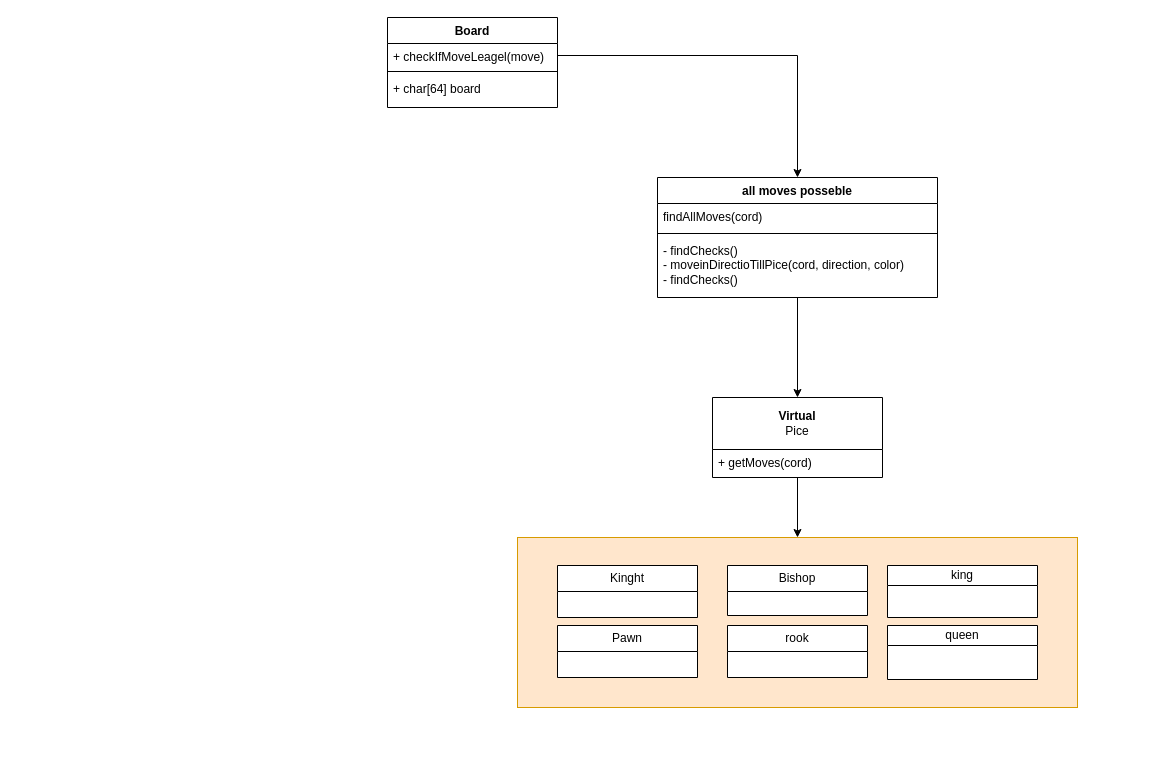
The draw.io diagram Untitled Diagram.drawio in MikeMal13/MIkeMal13.Github.io, before the edit. Source tidied: cells renumbered, new cells numbered last; positions are measured from the earlier drawing's top-left corner, leaving out a move shared by most shapes. Both pictures are drawn from the tidied source at 100%, with x=0, y=0 at pixel (387, 17).
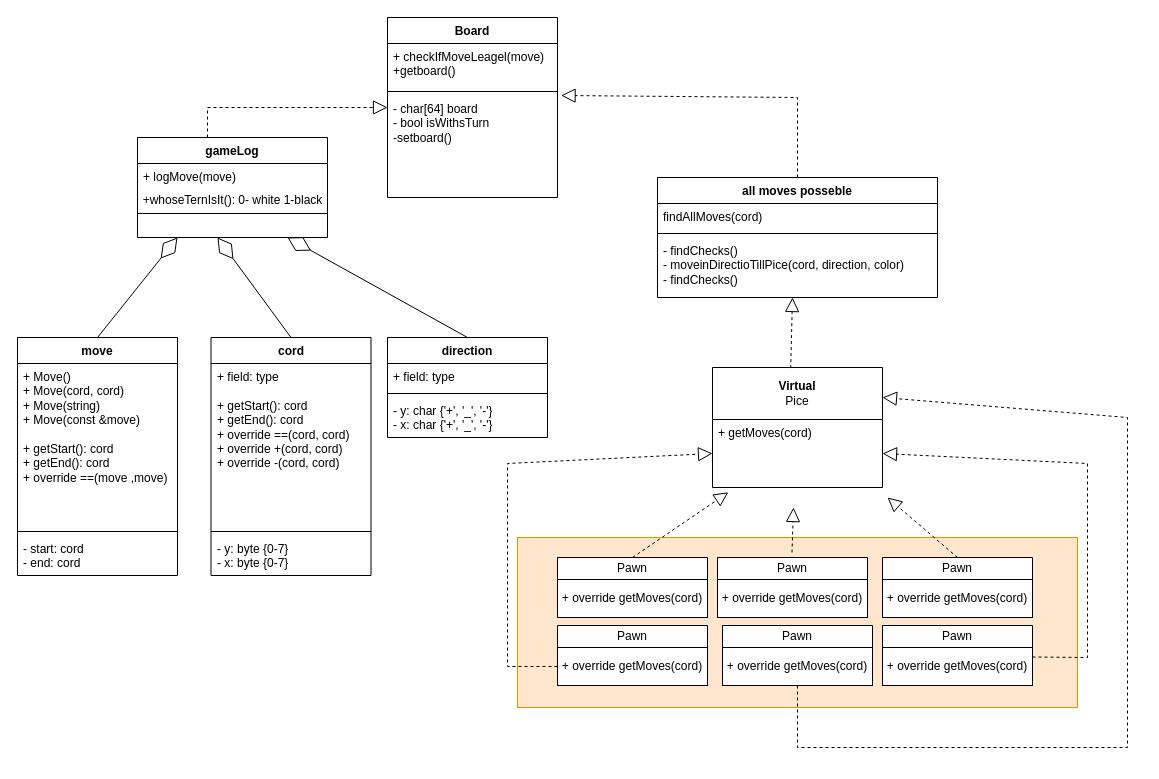
The same page after the edit.

Unchanged cells that the change refers to:
```xml
<mxCell id="2" style="html=1;whiteSpace=wrap;fillColor=#ffe6cc;strokeColor=#d79b00;" parent="1" vertex="1">
  <mxGeometry x="130" y="520" width="560" height="170" as="geometry" />
</mxCell>
<mxCell id="8" value="all moves posseble" style="swimlane;fontStyle=1;align=center;verticalAlign=top;horizontal=1;startSize=26;whiteSpace=wrap;html=1;" parent="1" vertex="1">
  <mxGeometry x="270" y="160" width="280" height="120" as="geometry" />
</mxCell>
```

The edit, as a diff of the source:
```diff
@@
     <mxCell id="3" value="Board&lt;br&gt;" style="swimlane;fontStyle=1;align=center;verticalAlign=top;horizontal=1;startSize=26;whiteSpace=wrap;html=1;" parent="1" vertex="1">
-      <mxGeometry width="170" height="90" as="geometry" />
+      <mxGeometry width="170" height="180" as="geometry" />
     </mxCell>
-    <mxCell id="4" value="+ checkIfMoveLeagel(move)" style="text;strokeColor=none;fillColor=none;align=left;verticalAlign=top;spacingLeft=4;spacingRight=4;overflow=hidden;points=[[0,0.5],[1,0.5]];portConstraint=eastwest;whiteSpace=wrap;html=1;" parent="3" vertex="1">
-      <mxGeometry y="26" width="170" height="24" as="geometry" />
+    <mxCell id="4" value="+ checkIfMoveLeagel(move)&lt;br&gt;+getboard()" style="text;strokeColor=none;fillColor=none;align=left;verticalAlign=top;spacingLeft=4;spacingRight=4;overflow=hidden;points=[[0,0.5],[1,0.5]];portConstraint=eastwest;whiteSpace=wrap;html=1;" parent="3" vertex="1">
+      <mxGeometry y="26" width="170" height="44" as="geometry" />
     </mxCell>
     <mxCell id="5" style="line;strokeWidth=1;fillColor=none;align=left;verticalAlign=middle;spacingTop=-1;spacingLeft=3;spacingRight=3;labelPosition=right;strokeColor=inherit;" parent="3" vertex="1">
-      <mxGeometry y="50" width="170" height="8" as="geometry" />
+      <mxGeometry y="70" width="170" height="8" as="geometry" />
     </mxCell>
-    <mxCell id="6" value="+ char[64] board" style="text;strokeColor=none;fillColor=none;align=left;verticalAlign=top;spacingLeft=4;spacingRight=4;overflow=hidden;points=[[0,0.5],[1,0.5]];portConstraint=eastwest;whiteSpace=wrap;html=1;" parent="3" vertex="1">
-      <mxGeometry y="58" width="170" height="32" as="geometry" />
+    <mxCell id="6" value="&lt;div&gt;- char[64] board&lt;/div&gt;&lt;div&gt;- bool isWithsTurn&lt;br&gt;-setboard()&lt;/div&gt;" style="text;strokeColor=none;fillColor=none;align=left;verticalAlign=top;spacingLeft=4;spacingRight=4;overflow=hidden;points=[[0,0.5],[1,0.5]];portConstraint=eastwest;whiteSpace=wrap;html=1;" parent="3" vertex="1">
+      <mxGeometry y="78" width="170" height="102" as="geometry" />
     </mxCell>
-    <mxCell id="7" style="edgeStyle=orthogonalEdgeStyle;rounded=0;jettySize=auto;html=1;entryX=0.5;entryY=0;entryDx=0;entryDy=0;" parent="1" edge="1" source="8" target="13">
-      <mxGeometry relative="1" as="geometry" />
-    </mxCell>
@@
-    <mxCell id="12" style="edgeStyle=orthogonalEdgeStyle;rounded=0;jettySize=auto;html=1;entryX=0.5;entryY=0;entryDx=0;entryDy=0;" parent="1" edge="1" source="13" target="2">
-      <mxGeometry relative="1" as="geometry" />
-    </mxCell>
     <mxCell id="13" value="&lt;b&gt;Virtual&lt;/b&gt;&lt;br&gt;Pice" style="swimlane;fontStyle=0;horizontal=1;startSize=52;fillColor=none;whiteSpace=wrap;html=1;" parent="1" vertex="1">
-      <mxGeometry x="325" y="380" width="170" height="80" as="geometry" />
+      <mxGeometry x="325" y="350" width="170" height="120" as="geometry" />
     </mxCell>
     <mxCell id="14" value="+ getMoves(cord)&lt;br&gt;" style="text;strokeColor=none;fillColor=none;align=left;verticalAlign=top;spacingLeft=4;spacingRight=4;overflow=hidden;points=[[0,0.5],[1,0.5]];portConstraint=eastwest;whiteSpace=wrap;html=1;" parent="13" vertex="1">
-      <mxGeometry y="52" width="170" height="28" as="geometry" />
+      <mxGeometry y="52" width="170" height="68" as="geometry" />
     </mxCell>
-    <mxCell id="15" value="Pawn" style="swimlane;fontStyle=0;horizontal=1;startSize=26;fillColor=default;whiteSpace=wrap;html=1;swimlaneFillColor=default;" parent="1" vertex="1">
-      <mxGeometry x="170" y="608" width="140" height="52" as="geometry" />
+    <mxCell id="15" value="Pawn" style="swimlane;fontStyle=0;horizontal=1;startSize=22;fillColor=default;whiteSpace=wrap;html=1;swimlaneFillColor=default;" parent="1" vertex="1">
+      <mxGeometry x="170" y="608" width="150" height="60" as="geometry" />
     </mxCell>
-    <mxCell id="16" value="Kinght" style="swimlane;fontStyle=0;horizontal=1;startSize=26;fillColor=default;whiteSpace=wrap;html=1;swimlaneFillColor=default;" parent="1" vertex="1">
-      <mxGeometry x="170" y="548" width="140" height="52" as="geometry" />
-    </mxCell>
-    <mxCell id="17" value="Bishop" style="swimlane;fontStyle=0;horizontal=1;startSize=26;whiteSpace=wrap;html=1;fillColor=default;swimlaneFillColor=default;" parent="1" vertex="1">
-      <mxGeometry x="340" y="548" width="140" height="50" as="geometry" />
-    </mxCell>
-    <mxCell id="18" value="rook" style="swimlane;fontStyle=0;horizontal=1;startSize=26;fillColor=default;whiteSpace=wrap;html=1;swimlaneFillColor=default;" parent="1" vertex="1">
-      <mxGeometry x="340" y="608" width="140" height="52" as="geometry" />
-    </mxCell>
-    <mxCell id="19" value="king" style="swimlane;fontStyle=0;horizontal=1;startSize=20;whiteSpace=wrap;html=1;swimlaneFillColor=default;" parent="1" vertex="1">
-      <mxGeometry x="500" y="548" width="150" height="52" as="geometry" />
-    </mxCell>
-    <mxCell id="20" value="queen" style="swimlane;fontStyle=0;horizontal=1;startSize=20;fillColor=default;whiteSpace=wrap;html=1;swimlaneFillColor=default;" parent="1" vertex="1">
-      <mxGeometry x="500" y="608" width="150" height="54" as="geometry" />
-    </mxCell>
-    <mxCell id="21" style="edgeStyle=orthogonalEdgeStyle;rounded=0;jettySize=auto;html=1;exitX=1;exitY=0.5;exitDx=0;exitDy=0;" parent="1" edge="1" source="4" target="8">
-      <mxGeometry relative="1" as="geometry" />
-    </mxCell>
+    <mxCell id="22" value="+ override getMoves(cord)" style="rounded=0;whiteSpace=wrap;html=1;" parent="15" vertex="1">
+      <mxGeometry y="22" width="150" height="38" as="geometry" />
+    </mxCell>
+    <mxCell id="23" value="Pawn" style="swimlane;fontStyle=0;horizontal=1;startSize=22;fillColor=default;whiteSpace=wrap;html=1;swimlaneFillColor=default;" parent="1" vertex="1">
+      <mxGeometry x="335" y="608" width="150" height="60" as="geometry" />
+    </mxCell>
+    <mxCell id="24" value="+ override getMoves(cord)" style="rounded=0;whiteSpace=wrap;html=1;" parent="23" vertex="1">
+      <mxGeometry y="22" width="150" height="38" as="geometry" />
+    </mxCell>
+    <mxCell id="25" value="Pawn" style="swimlane;fontStyle=0;horizontal=1;startSize=22;fillColor=default;whiteSpace=wrap;html=1;swimlaneFillColor=default;" parent="1" vertex="1">
+      <mxGeometry x="495" y="608" width="150" height="60" as="geometry" />
+    </mxCell>
+    <mxCell id="26" value="+ override getMoves(cord)" style="rounded=0;whiteSpace=wrap;html=1;" parent="25" vertex="1">
+      <mxGeometry y="22" width="150" height="38" as="geometry" />
+    </mxCell>
+    <mxCell id="27" value="Pawn" style="swimlane;fontStyle=0;horizontal=1;startSize=22;fillColor=default;whiteSpace=wrap;html=1;swimlaneFillColor=default;" parent="1" vertex="1">
+      <mxGeometry x="495" y="540" width="150" height="60" as="geometry" />
+    </mxCell>
+    <mxCell id="28" value="+ override getMoves(cord)" style="rounded=0;whiteSpace=wrap;html=1;" parent="27" vertex="1">
+      <mxGeometry y="22" width="150" height="38" as="geometry" />
+    </mxCell>
+    <mxCell id="29" value="Pawn" style="swimlane;fontStyle=0;horizontal=1;startSize=22;fillColor=default;whiteSpace=wrap;html=1;swimlaneFillColor=default;" parent="1" vertex="1">
+      <mxGeometry x="330" y="540" width="150" height="60" as="geometry" />
+    </mxCell>
+    <mxCell id="30" value="+ override getMoves(cord)" style="rounded=0;whiteSpace=wrap;html=1;" parent="29" vertex="1">
+      <mxGeometry y="22" width="150" height="38" as="geometry" />
+    </mxCell>
+    <mxCell id="31" value="Pawn" style="swimlane;fontStyle=0;horizontal=1;startSize=22;fillColor=default;whiteSpace=wrap;html=1;swimlaneFillColor=default;" parent="1" vertex="1">
+      <mxGeometry x="170" y="540" width="150" height="60" as="geometry" />
+    </mxCell>
+    <mxCell id="32" value="+ override getMoves(cord)" style="rounded=0;whiteSpace=wrap;html=1;" parent="31" vertex="1">
+      <mxGeometry y="22" width="150" height="38" as="geometry" />
+    </mxCell>
+    <mxCell id="33" value="gameLog" style="swimlane;fontStyle=1;align=center;verticalAlign=top;horizontal=1;startSize=26;whiteSpace=wrap;html=1;" parent="1" vertex="1">
+      <mxGeometry x="-250" y="120" width="190" height="100" as="geometry" />
+    </mxCell>
+    <mxCell id="34" style="endArrow=block;dashed=1;endFill=0;endSize=12;html=1;rounded=0;" parent="33" edge="1">
+      <mxGeometry relative="1" as="geometry">
+        <mxPoint x="70" as="sourcePoint" />
+        <mxPoint x="250" y="-30" as="targetPoint" />
+        <Array as="points">
+          <mxPoint x="70" y="-30" />
+        </Array>
+      </mxGeometry>
+    </mxCell>
+    <mxCell id="35" value="+ logMove(move)" style="text;strokeColor=none;fillColor=none;align=left;verticalAlign=top;spacingLeft=4;spacingRight=4;overflow=hidden;whiteSpace=wrap;html=1;" parent="33" vertex="1">
+      <mxGeometry y="26" width="190" height="26" as="geometry" />
+    </mxCell>
+    <mxCell id="36" style="line;strokeWidth=1;fillColor=none;align=left;verticalAlign=middle;spacingTop=-1;spacingLeft=3;spacingRight=3;labelPosition=right;strokeColor=inherit;" parent="33" vertex="1">
+      <mxGeometry y="52" width="190" height="48" as="geometry" />
+    </mxCell>
+    <mxCell id="37" value="cord" style="swimlane;fontStyle=1;align=center;verticalAlign=top;horizontal=1;startSize=26;whiteSpace=wrap;html=1;" parent="1" vertex="1">
+      <mxGeometry x="-176.5" y="320" width="160" height="238" as="geometry" />
+    </mxCell>
+    <mxCell id="38" value="&lt;div&gt;+ field: type&lt;/div&gt;&lt;div&gt;&lt;br&gt;&lt;/div&gt;&lt;div&gt;&lt;div&gt;+ getStart(): cord&lt;/div&gt;&lt;div&gt;+ getEnd(): cord&lt;br&gt;+ override ==(cord, cord)&lt;/div&gt;+ override +(cord, cord)&lt;/div&gt;&lt;div&gt;+ override -(cord, cord)&lt;/div&gt;" style="text;strokeColor=none;fillColor=none;align=left;verticalAlign=top;spacingLeft=4;spacingRight=4;overflow=hidden;whiteSpace=wrap;html=1;" parent="37" vertex="1">
+      <mxGeometry y="26" width="160" height="164" as="geometry" />
+    </mxCell>
+    <mxCell id="39" style="line;strokeWidth=1;fillColor=none;align=left;verticalAlign=middle;spacingTop=-1;spacingLeft=3;spacingRight=3;labelPosition=right;strokeColor=inherit;" parent="37" vertex="1">
+      <mxGeometry y="190" width="160" height="8" as="geometry" />
+    </mxCell>
+    <mxCell id="40" value="&lt;div&gt;- y: byte {0-7}&lt;br&gt;&lt;/div&gt;&lt;div&gt;- x: byte {0-7}&lt;br&gt;&lt;/div&gt;" style="text;strokeColor=none;fillColor=none;align=left;verticalAlign=top;spacingLeft=4;spacingRight=4;overflow=hidden;whiteSpace=wrap;html=1;" parent="37" vertex="1">
+      <mxGeometry y="198" width="160" height="40" as="geometry" />
+    </mxCell>
+    <mxCell id="41" value="direction" style="swimlane;fontStyle=1;align=center;verticalAlign=top;horizontal=1;startSize=26;whiteSpace=wrap;html=1;" parent="1" vertex="1">
+      <mxGeometry y="320" width="160" height="100" as="geometry" />
+    </mxCell>
+    <mxCell id="42" value="+ field: type" style="text;strokeColor=none;fillColor=none;align=left;verticalAlign=top;spacingLeft=4;spacingRight=4;overflow=hidden;whiteSpace=wrap;html=1;" parent="41" vertex="1">
+      <mxGeometry y="26" width="160" height="26" as="geometry" />
+    </mxCell>
+    <mxCell id="43" style="line;strokeWidth=1;fillColor=none;align=left;verticalAlign=middle;spacingTop=-1;spacingLeft=3;spacingRight=3;labelPosition=right;strokeColor=inherit;" parent="41" vertex="1">
+      <mxGeometry y="52" width="160" height="8" as="geometry" />
+    </mxCell>
+    <mxCell id="44" value="&lt;div&gt;- y: char {'+', '_', '-'}&lt;/div&gt;&lt;div&gt;- x: char {'+', '_', '-'}&lt;/div&gt;" style="text;strokeColor=none;fillColor=none;align=left;verticalAlign=top;spacingLeft=4;spacingRight=4;overflow=hidden;whiteSpace=wrap;html=1;" parent="41" vertex="1">
+      <mxGeometry y="60" width="160" height="40" as="geometry" />
+    </mxCell>
+    <mxCell id="45" value="move" style="swimlane;fontStyle=1;align=center;verticalAlign=top;horizontal=1;startSize=26;whiteSpace=wrap;html=1;" parent="1" vertex="1">
+      <mxGeometry x="-370" y="320" width="160" height="238" as="geometry" />
+    </mxCell>
+    <mxCell id="46" value="&lt;div&gt;+ Move()&lt;br&gt;&lt;/div&gt;&lt;div&gt;+ Move(cord, cord)&lt;/div&gt;&lt;div&gt;+ Move(string)&lt;/div&gt;&lt;div&gt;+ Move(const &amp;amp;move)&lt;br&gt;&lt;/div&gt;&lt;div&gt;&lt;br&gt;&lt;/div&gt;&lt;div&gt;+ getStart(): cord&lt;/div&gt;&lt;div&gt;+ getEnd(): cord&lt;br&gt;+ override ==(move ,move)&lt;/div&gt;" style="text;strokeColor=none;fillColor=none;align=left;verticalAlign=top;spacingLeft=4;spacingRight=4;overflow=hidden;whiteSpace=wrap;html=1;" parent="45" vertex="1">
+      <mxGeometry y="26" width="160" height="164" as="geometry" />
+    </mxCell>
+    <mxCell id="47" style="line;strokeWidth=1;fillColor=none;align=left;verticalAlign=middle;spacingTop=-1;spacingLeft=3;spacingRight=3;labelPosition=right;strokeColor=inherit;" parent="45" vertex="1">
+      <mxGeometry y="190" width="160" height="8" as="geometry" />
+    </mxCell>
+    <mxCell id="48" value="&lt;div&gt;- start: cord&lt;br&gt;&lt;/div&gt;&lt;div&gt;- end: cord&lt;br&gt;&lt;/div&gt;" style="text;strokeColor=none;fillColor=none;align=left;verticalAlign=top;spacingLeft=4;spacingRight=4;overflow=hidden;whiteSpace=wrap;html=1;" parent="45" vertex="1">
+      <mxGeometry y="198" width="160" height="40" as="geometry" />
+    </mxCell>
+    <mxCell id="49" style="endArrow=block;dashed=1;endFill=0;endSize=12;html=1;rounded=0;exitX=0.46;exitY=0.005;exitDx=0;exitDy=0;exitPerimeter=0;" parent="1" edge="1" source="13">
+      <mxGeometry relative="1" as="geometry">
+        <mxPoint x="405" y="280" as="targetPoint" />
+      </mxGeometry>
+    </mxCell>
+    <mxCell id="50" style="endArrow=block;dashed=1;endFill=0;endSize=12;html=1;rounded=0;" parent="1" edge="1">
+      <mxGeometry relative="1" as="geometry">
+        <mxPoint x="570" y="540" as="sourcePoint" />
+        <mxPoint x="500" y="480" as="targetPoint" />
+        <Array as="points">
+          <mxPoint x="570" y="540" />
+        </Array>
+      </mxGeometry>
+    </mxCell>
+    <mxCell id="51" style="endArrow=block;dashed=1;endFill=0;endSize=12;html=1;rounded=0;entryX=1.021;entryY=0;entryDx=0;entryDy=0;exitX=0.5;exitY=0;exitDx=0;exitDy=0;entryPerimeter=0;" parent="1" edge="1" source="8" target="6">
+      <mxGeometry relative="1" as="geometry">
+        <Array as="points">
+          <mxPoint x="410" y="80" />
+        </Array>
+      </mxGeometry>
+    </mxCell>
+    <mxCell id="52" style="endArrow=block;dashed=1;endFill=0;endSize=12;html=1;rounded=0;entryX=0.093;entryY=1.071;entryDx=0;entryDy=0;exitX=0.5;exitY=0;exitDx=0;exitDy=0;entryPerimeter=0;" parent="1" edge="1" source="31" target="14">
+      <mxGeometry relative="1" as="geometry" />
+    </mxCell>
+    <mxCell id="53" style="endArrow=block;dashed=1;endFill=0;endSize=12;html=1;rounded=0;entryX=1;entryY=0.5;entryDx=0;entryDy=0;exitX=1;exitY=0.25;exitDx=0;exitDy=0;" parent="1" edge="1" source="26" target="14">
+      <mxGeometry relative="1" as="geometry">
+        <Array as="points">
+          <mxPoint x="700" y="640" />
+          <mxPoint x="700" y="446" />
+        </Array>
+      </mxGeometry>
+    </mxCell>
+    <mxCell id="54" style="endArrow=block;dashed=1;endFill=0;endSize=12;html=1;rounded=0;exitX=0.5;exitY=0;exitDx=0;exitDy=0;" parent="1" edge="1">
+      <mxGeometry relative="1" as="geometry">
+        <mxPoint x="404.5" y="535" as="sourcePoint" />
+        <mxPoint x="406" y="490" as="targetPoint" />
+      </mxGeometry>
+    </mxCell>
+    <mxCell id="55" style="endArrow=block;dashed=1;endFill=0;endSize=12;html=1;rounded=0;entryX=0;entryY=0.5;entryDx=0;entryDy=0;exitX=0;exitY=0.5;exitDx=0;exitDy=0;" parent="1" edge="1" source="22" target="14">
+      <mxGeometry relative="1" as="geometry">
+        <Array as="points">
+          <mxPoint x="120" y="649" />
+          <mxPoint x="120" y="446" />
+        </Array>
+      </mxGeometry>
+    </mxCell>
+    <mxCell id="56" style="endArrow=block;dashed=1;endFill=0;endSize=12;html=1;rounded=0;entryX=1;entryY=0.25;entryDx=0;entryDy=0;exitX=0.5;exitY=1;exitDx=0;exitDy=0;" parent="1" edge="1" source="24" target="13">
+      <mxGeometry relative="1" as="geometry">
+        <Array as="points">
+          <mxPoint x="410" y="730" />
+          <mxPoint x="740" y="730" />
+          <mxPoint x="740" y="400" />
+        </Array>
+      </mxGeometry>
+    </mxCell>
+    <mxCell id="57" style="endArrow=diamondThin;endFill=0;endSize=24;html=1;rounded=0;exitX=0.5;exitY=0;exitDx=0;exitDy=0;" parent="1" edge="1" source="37">
+      <mxGeometry relative="1" as="geometry">
+        <mxPoint x="-170" y="220" as="targetPoint" />
+      </mxGeometry>
+    </mxCell>
+    <mxCell id="58" style="endArrow=diamondThin;endFill=0;endSize=24;html=1;rounded=0;exitX=0.5;exitY=0;exitDx=0;exitDy=0;" parent="1" edge="1" source="45">
+      <mxGeometry relative="1" as="geometry">
+        <mxPoint x="-210" y="220" as="targetPoint" />
+      </mxGeometry>
+    </mxCell>
+    <mxCell id="59" value="+whoseTernIsIt(): 0- white 1-black" style="text;html=1;align=center;verticalAlign=middle;strokeColor=none;fillColor=none;" parent="1" vertex="1">
+      <mxGeometry x="-255" y="168" width="200" height="30" as="geometry" />
+    </mxCell>
+    <mxCell id="60" style="endArrow=diamondThin;endFill=0;endSize=24;html=1;rounded=0;exitX=0.5;exitY=0;exitDx=0;exitDy=0;" parent="1" edge="1" source="41">
+      <mxGeometry relative="1" as="geometry">
+        <mxPoint x="-100" y="220" as="targetPoint" />
+      </mxGeometry>
+    </mxCell>
```
